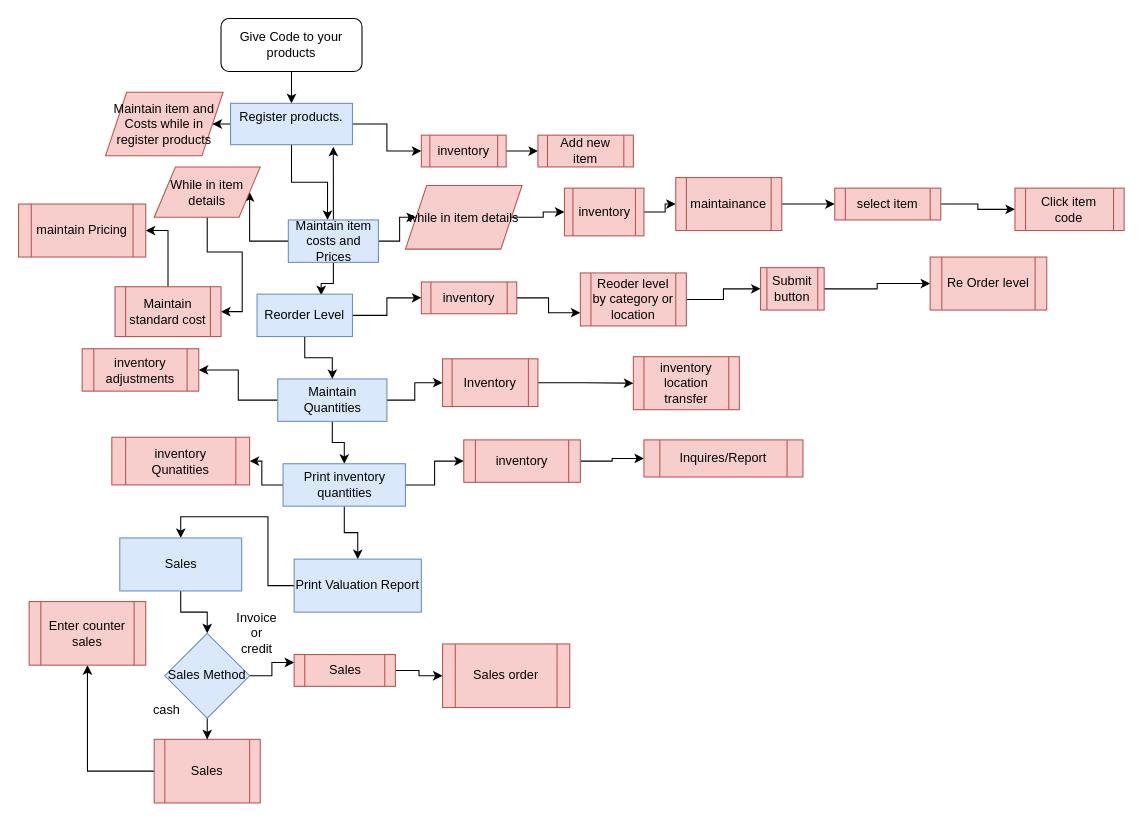
Earlier version of the draw.io diagram Untitled Diagram.drawio (Julip20/Projzalongwa). Source tidied: cells renumbered, new cells numbered last; positions are measured from the earlier drawing's top-left corner, leaving out a move shared by most shapes. Both pictures are drawn from the tidied source at 106%, with x=0, y=0 at pixel (18, 18).
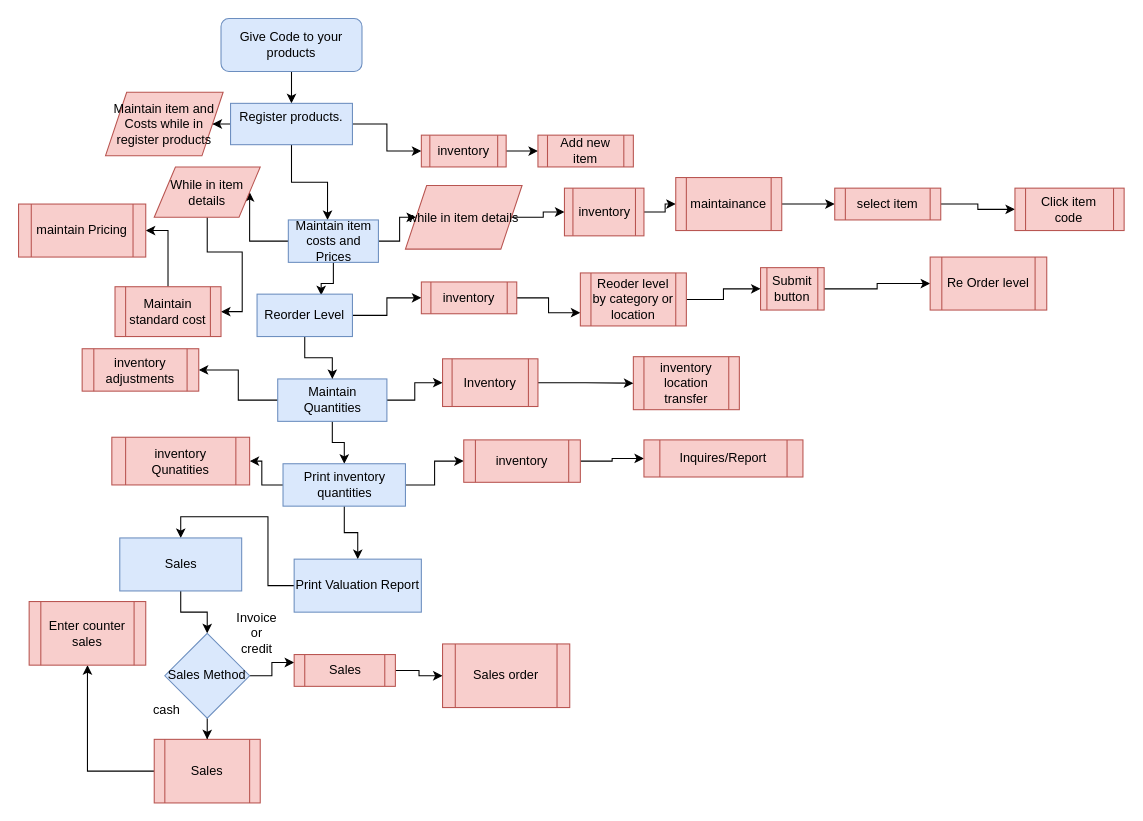
Above is the later version.

Unchanged cells that the change refers to:
```xml
<mxCell id="7" value="&lt;div&gt;Register products.&lt;/div&gt;&lt;div&gt;&lt;br&gt;&lt;/div&gt;" style="rounded=0;whiteSpace=wrap;html=1;strokeWidth=1;fillColor=#dae8fc;strokeColor=#6c8ebf;" parent="1" vertex="1">
  <mxGeometry x="200" y="80" width="115" height="39" as="geometry" />
</mxCell>
<mxCell id="29" value="Maintain item costs and Prices" style="rounded=0;whiteSpace=wrap;html=1;strokeWidth=1;fillColor=#dae8fc;strokeColor=#6c8ebf;" parent="1" vertex="1">
  <mxGeometry x="254.5" y="190" width="85" height="40" as="geometry" />
</mxCell>
```

What changed in the source:
```diff
@@
-    <mxCell id="3" value="Give Code to your products" style="rounded=1;whiteSpace=wrap;html=1;fontSize=12;glass=0;strokeWidth=1;shadow=0;" parent="1" vertex="1">
+    <mxCell id="3" value="Give Code to your products" style="rounded=1;whiteSpace=wrap;html=1;fontSize=12;glass=0;strokeWidth=1;shadow=0;fillColor=#dae8fc;strokeColor=#6c8ebf;" parent="1" vertex="1">
       <mxGeometry x="191" width="133" height="50" as="geometry" />
     </mxCell>
@@
-    <mxCell id="26" style="edgeStyle=orthogonalEdgeStyle;rounded=0;jettySize=auto;html=1;entryX=0.843;entryY=1.051;entryDx=0;entryDy=0;entryPerimeter=0;" parent="1" edge="1" source="29" target="7">
-      <mxGeometry relative="1" as="geometry" />
-    </mxCell>
```
